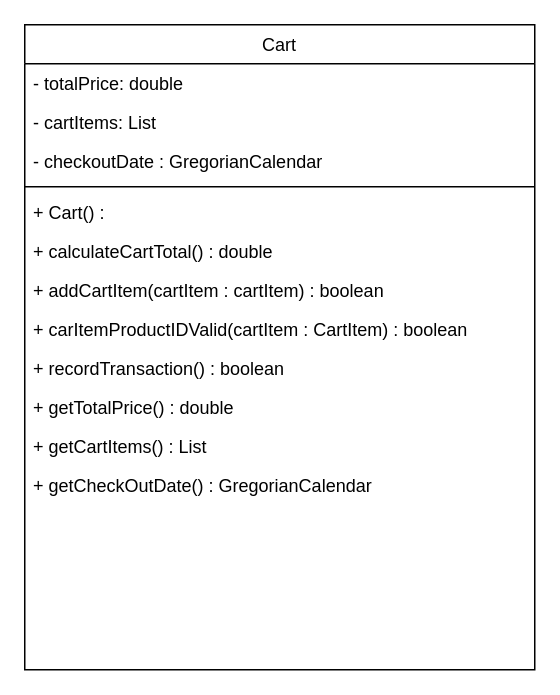
qaalib101/ICS372GroupProject1 keeps this draw.io diagram as Class Diagrams/Physical/CartClassDiagram.drawio. Above is the earlier version. Source tidied: cells renumbered, new cells numbered last; positions are measured from the earlier drawing's top-left corner, leaving out a move shared by most shapes. Both pictures are drawn from the tidied source at 150%, with x=0, y=0 at pixel (24, 24).
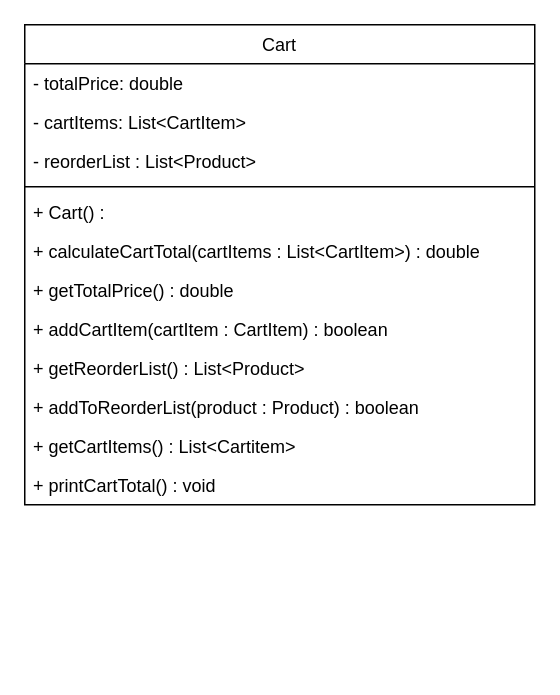
The same page after the edit.

Change to the diagram source:
```diff
@@
 <mxGraphModel>
   <root>
     <mxCell id="0" />
     <mxCell id="1" parent="0" />
     <mxCell id="2" value="Cart" style="swimlane;fontStyle=0;align=center;verticalAlign=top;horizontal=1;startSize=26;rounded=0;shadow=0;strokeWidth=1;" parent="1" vertex="1">
-      <mxGeometry width="340" height="430" as="geometry" />
+      <mxGeometry width="340" height="320" as="geometry" />
     </mxCell>
     <mxCell id="3" value="- totalPrice: double" style="text;align=left;verticalAlign=top;spacingLeft=4;spacingRight=4;overflow=hidden;" parent="2" vertex="1">
       <mxGeometry y="26" width="340" height="26" as="geometry" />
     </mxCell>
-    <mxCell id="4" value="- cartItems: List" style="text;align=left;verticalAlign=top;spacingLeft=4;spacingRight=4;overflow=hidden;" parent="2" vertex="1">
+    <mxCell id="4" value="- cartItems: List&lt;CartItem&gt;" style="text;align=left;verticalAlign=top;spacingLeft=4;spacingRight=4;overflow=hidden;" parent="2" vertex="1">
       <mxGeometry y="52" width="340" height="26" as="geometry" />
     </mxCell>
-    <mxCell id="5" value="- checkoutDate : GregorianCalendar" style="text;align=left;verticalAlign=top;spacingLeft=4;spacingRight=4;overflow=hidden;" parent="2" vertex="1">
+    <mxCell id="5" value="- reorderList : List&lt;Product&gt;" style="text;align=left;verticalAlign=top;spacingLeft=4;spacingRight=4;overflow=hidden;" parent="2" vertex="1">
       <mxGeometry y="78" width="340" height="26" as="geometry" />
     </mxCell>
     <mxCell id="6" style="line;html=1;strokeWidth=1;align=left;verticalAlign=middle;spacingTop=-1;spacingLeft=3;spacingRight=3;labelPosition=right;" parent="2" vertex="1">
       <mxGeometry y="104" width="340" height="8" as="geometry" />
     </mxCell>
     <mxCell id="7" value="+ Cart() :" style="text;align=left;verticalAlign=top;spacingLeft=4;spacingRight=4;overflow=hidden;" parent="2" vertex="1">
       <mxGeometry y="112" width="340" height="26" as="geometry" />
     </mxCell>
-    <mxCell id="8" value="+ calculateCartTotal() : double" style="text;align=left;verticalAlign=top;spacingLeft=4;spacingRight=4;overflow=hidden;" parent="2" vertex="1">
+    <mxCell id="8" value="+ calculateCartTotal(cartItems : List&lt;CartItem&gt;) : double" style="text;align=left;verticalAlign=top;spacingLeft=4;spacingRight=4;overflow=hidden;" parent="2" vertex="1">
       <mxGeometry y="138" width="340" height="26" as="geometry" />
     </mxCell>
+    <mxCell id="12" value="+ getTotalPrice() : double" style="text;align=left;verticalAlign=top;spacingLeft=4;spacingRight=4;overflow=hidden;" parent="2" vertex="1">
+      <mxGeometry y="164" width="340" height="26" as="geometry" />
+    </mxCell>
-    <mxCell id="9" value="+ addCartItem(cartItem : cartItem) : boolean" style="text;align=left;verticalAlign=top;spacingLeft=4;spacingRight=4;overflow=hidden;" parent="2" vertex="1">
-      <mxGeometry y="164" width="340" height="26" as="geometry" />
+    <mxCell id="9" value="+ addCartItem(cartItem : CartItem) : boolean" style="text;align=left;verticalAlign=top;spacingLeft=4;spacingRight=4;overflow=hidden;" parent="2" vertex="1">
+      <mxGeometry y="190" width="340" height="26" as="geometry" />
     </mxCell>
+    <mxCell id="15" value="+ getReorderList() : List&lt;Product&gt;" style="text;align=left;verticalAlign=top;spacingLeft=4;spacingRight=4;overflow=hidden;" parent="2" vertex="1">
+      <mxGeometry y="216" width="340" height="26" as="geometry" />
+    </mxCell>
+    <mxCell id="16" value="+ addToReorderList(product : Product) : boolean" style="text;align=left;verticalAlign=top;spacingLeft=4;spacingRight=4;overflow=hidden;" parent="2" vertex="1">
+      <mxGeometry y="242" width="340" height="26" as="geometry" />
+    </mxCell>
+    <mxCell id="13" value="+ getCartItems() : List&lt;Cartitem&gt;" style="text;align=left;verticalAlign=top;spacingLeft=4;spacingRight=4;overflow=hidden;" parent="2" vertex="1">
+      <mxGeometry y="268" width="340" height="26" as="geometry" />
+    </mxCell>
-    <mxCell id="10" value="+ carItemProductIDValid(cartItem : CartItem) : boolean" style="text;align=left;verticalAlign=top;spacingLeft=4;spacingRight=4;overflow=hidden;" parent="2" vertex="1">
-      <mxGeometry y="190" width="340" height="26" as="geometry" />
+    <mxCell id="10" value="+ printCartTotal() : void" style="text;align=left;verticalAlign=top;spacingLeft=4;spacingRight=4;overflow=hidden;" parent="2" vertex="1">
+      <mxGeometry y="294" width="340" height="26" as="geometry" />
     </mxCell>
-    <mxCell id="11" value="+ recordTransaction() : boolean" style="text;align=left;verticalAlign=top;spacingLeft=4;spacingRight=4;overflow=hidden;" parent="2" vertex="1">
-      <mxGeometry y="216" width="340" height="26" as="geometry" />
-    </mxCell>
-    <mxCell id="12" value="+ getTotalPrice() : double" style="text;align=left;verticalAlign=top;spacingLeft=4;spacingRight=4;overflow=hidden;" parent="2" vertex="1">
-      <mxGeometry y="242" width="340" height="26" as="geometry" />
-    </mxCell>
-    <mxCell id="13" value="+ getCartItems() : List" style="text;align=left;verticalAlign=top;spacingLeft=4;spacingRight=4;overflow=hidden;" parent="2" vertex="1">
-      <mxGeometry y="268" width="340" height="26" as="geometry" />
-    </mxCell>
-    <mxCell id="14" value="+ getCheckOutDate() : GregorianCalendar" style="text;align=left;verticalAlign=top;spacingLeft=4;spacingRight=4;overflow=hidden;" parent="2" vertex="1">
-      <mxGeometry y="294" width="340" height="26" as="geometry" />
-    </mxCell>
   </root>
 </mxGraphModel>
```
